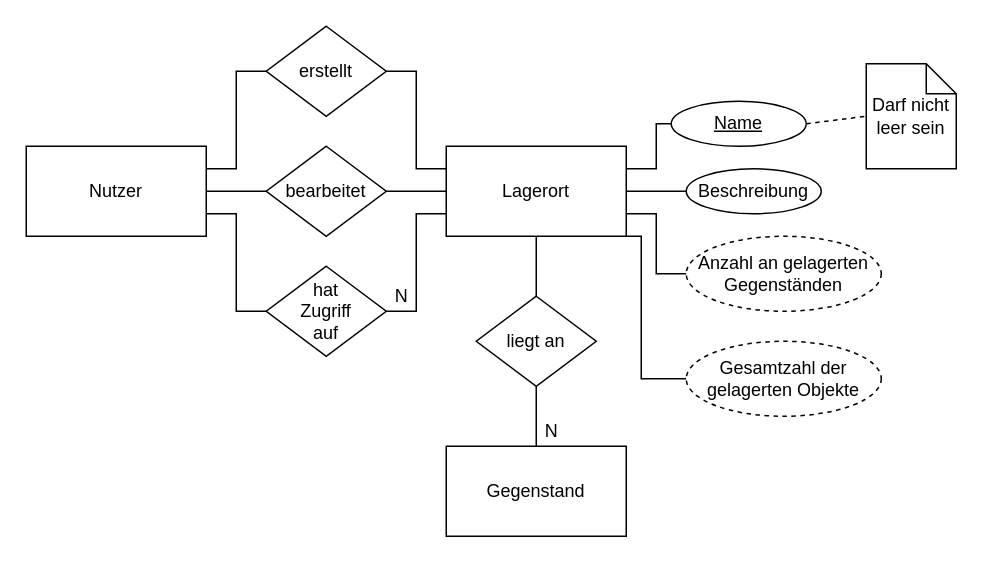
The draw.io diagram ArchitekturEntwurf Material/ERM_Sicht_F03.drawio in TINF18B5/SWE_TINF18B5_Timo_Klenk, before the edit. Source tidied: cells renumbered, new cells numbered last; positions are measured from the earlier drawing's top-left corner, leaving out a move shared by most shapes. Both pictures are drawn from the tidied source at 150%, with x=0, y=0 at pixel (26, 26).
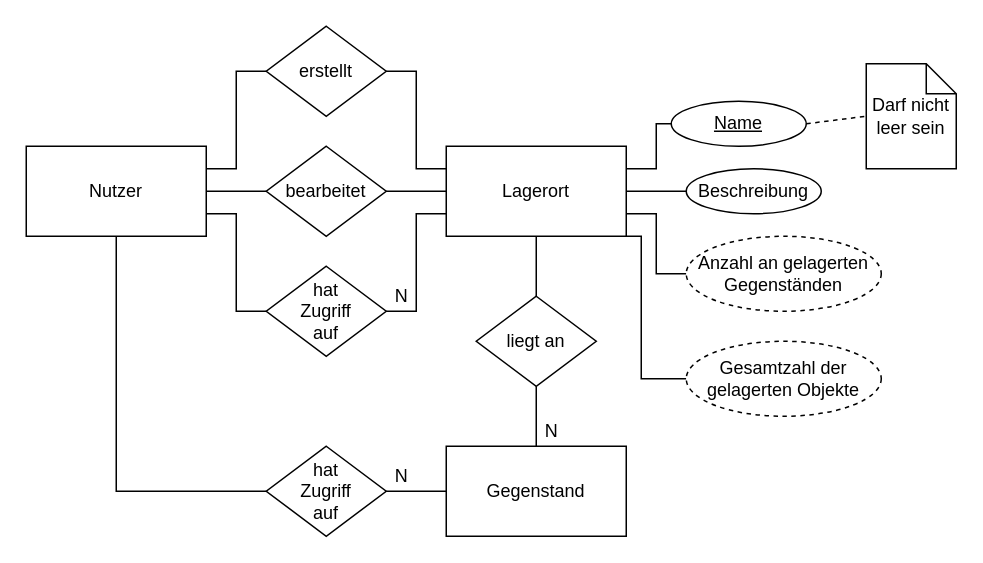
After the change.

The change refers to these unchanged cells:
```xml
<mxCell id="5" value="Nutzer" style="rounded=0;whiteSpace=wrap;html=1;" parent="1" vertex="1">
  <mxGeometry y="80" width="120" height="60" as="geometry" />
</mxCell>
<mxCell id="19" value="Gegenstand" style="rounded=0;whiteSpace=wrap;html=1;" parent="1" vertex="1">
  <mxGeometry x="280" y="280" width="120" height="60" as="geometry" />
</mxCell>
```

The edit, as a diff of the source:
```diff
@@
+    <mxCell id="29" style="edgeStyle=orthogonalEdgeStyle;rounded=0;jettySize=auto;html=1;exitX=1;exitY=0.5;exitDx=0;exitDy=0;entryX=0;entryY=0.5;entryDx=0;entryDy=0;endArrow=none;endFill=0;" parent="1" edge="1" source="31" target="19">
+      <mxGeometry relative="1" as="geometry" />
+    </mxCell>
+    <mxCell id="30" style="edgeStyle=orthogonalEdgeStyle;rounded=0;jettySize=auto;html=1;exitX=0;exitY=0.5;exitDx=0;exitDy=0;entryX=0.5;entryY=1;entryDx=0;entryDy=0;endArrow=none;endFill=0;" parent="1" edge="1" source="31" target="5">
+      <mxGeometry relative="1" as="geometry" />
+    </mxCell>
+    <mxCell id="31" value="hat&lt;br&gt;Zugriff&lt;br&gt;auf" style="rhombus;whiteSpace=wrap;html=1;" parent="1" vertex="1">
+      <mxGeometry x="160" y="280" width="80" height="60" as="geometry" />
+    </mxCell>
+    <mxCell id="32" value="N" style="text;html=1;align=center;verticalAlign=middle;" parent="1" vertex="1">
+      <mxGeometry x="240" y="290" width="20" height="20" as="geometry" />
+    </mxCell>
```
